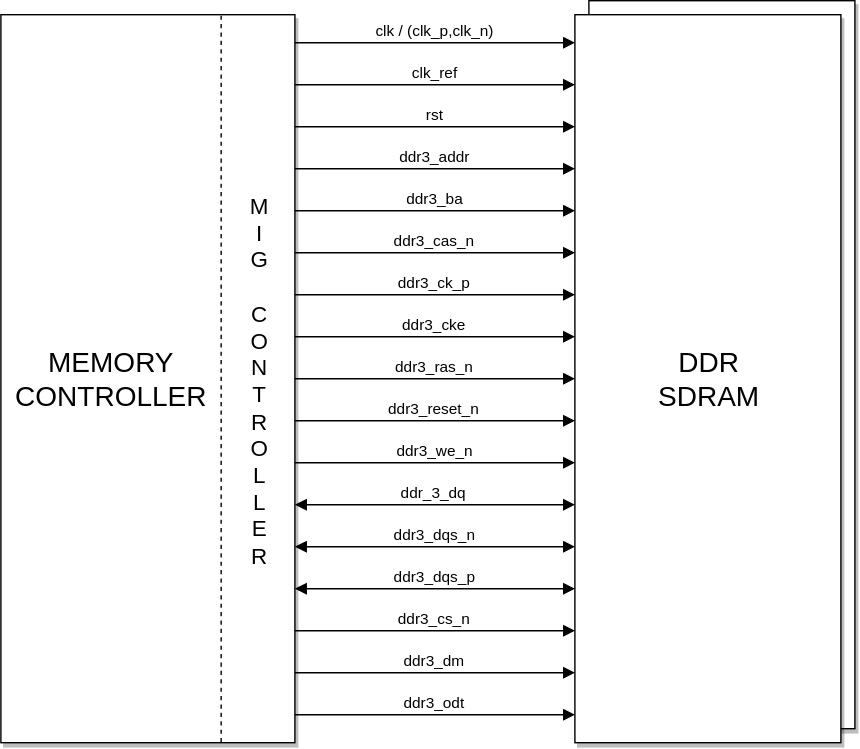
This is img/diagram-ram.svg from alonsorb/ddr-ram-controller-mig, a draw.io export, as it was before one commit. Source tidied: cells renumbered, new cells last; positions are measured from the earlier drawing's top-left corner, leaving out a move shared by most shapes.
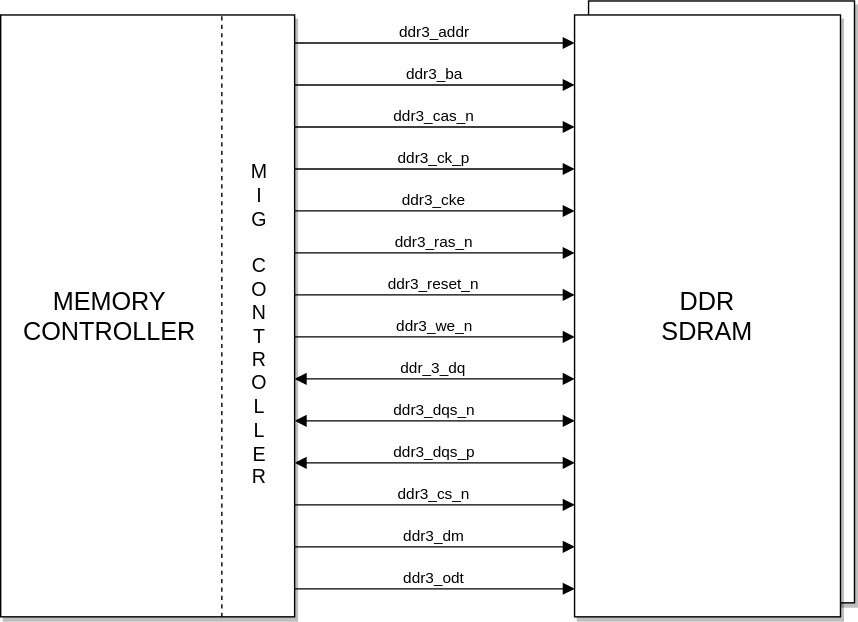
After the commit.

Commit message:
ram diagram

The edit, as a diff of the source:
```diff
@@ -3,124 +3,106 @@
     <mxCell id="0" />
     <mxCell id="1" parent="0" />
     <mxCell id="2" value="&lt;div style=&quot;text-align: left&quot;&gt;&lt;/div&gt;" style="rounded=0;whiteSpace=wrap;html=1;shadow=1;" parent="1" vertex="1">
-      <mxGeometry y="10" width="210" height="520" as="geometry" />
+      <mxGeometry y="10" width="210" height="430" as="geometry" />
     </mxCell>
     <mxCell id="3" style="rounded=0;whiteSpace=wrap;html=1;shadow=1;" parent="1" vertex="1">
-      <mxGeometry x="420" width="190" height="520" as="geometry" />
+      <mxGeometry x="420" width="190" height="430" as="geometry" />
     </mxCell>
-    <mxCell id="4" value="&lt;font style=&quot;font-size: 20px&quot;&gt;DDR&lt;br&gt;SDRAM&lt;/font&gt;&lt;br&gt;" style="rounded=0;whiteSpace=wrap;html=1;shadow=1;" parent="1" vertex="1">
-      <mxGeometry x="410" y="10" width="190" height="520" as="geometry" />
+    <mxCell id="4" value="&lt;font style=&quot;font-size: 18px&quot;&gt;DDR&lt;br&gt;SDRAM&lt;/font&gt;&lt;br&gt;" style="rounded=0;whiteSpace=wrap;html=1;shadow=1;" parent="1" vertex="1">
+      <mxGeometry x="410" y="10" width="190" height="430" as="geometry" />
     </mxCell>
     <mxCell id="5" value="ddr3_odt" style="edgeStyle=orthogonalEdgeStyle;rounded=0;html=1;entryX=0;entryY=0.5;startArrow=none;startFill=0;endArrow=block;endFill=1;jettySize=auto;orthogonalLoop=1;verticalAlign=bottom;" parent="1" edge="1">
       <mxGeometry relative="1" as="geometry">
-        <mxPoint x="210" y="510" as="sourcePoint" />
-        <mxPoint x="410.1" y="510" as="targetPoint" />
+        <mxPoint x="210" y="420" as="sourcePoint" />
+        <mxPoint x="410.1" y="420" as="targetPoint" />
       </mxGeometry>
     </mxCell>
     <mxCell id="6" value="ddr3_dm" style="edgeStyle=orthogonalEdgeStyle;rounded=0;html=1;entryX=0;entryY=0.5;startArrow=none;startFill=0;endArrow=block;endFill=1;jettySize=auto;orthogonalLoop=1;verticalAlign=bottom;" parent="1" edge="1">
       <mxGeometry relative="1" as="geometry">
-        <mxPoint x="210" y="480" as="sourcePoint" />
-        <mxPoint x="410.1" y="480" as="targetPoint" />
+        <mxPoint x="210" y="390" as="sourcePoint" />
+        <mxPoint x="410.1" y="390" as="targetPoint" />
       </mxGeometry>
     </mxCell>
     <mxCell id="7" value="ddr3_cs_n" style="edgeStyle=orthogonalEdgeStyle;rounded=0;html=1;entryX=0;entryY=0.5;startArrow=none;startFill=0;endArrow=block;endFill=1;jettySize=auto;orthogonalLoop=1;verticalAlign=bottom;" parent="1" edge="1">
       <mxGeometry relative="1" as="geometry">
-        <mxPoint x="210" y="450" as="sourcePoint" />
-        <mxPoint x="410.1" y="450" as="targetPoint" />
+        <mxPoint x="210" y="360" as="sourcePoint" />
+        <mxPoint x="410.1" y="360" as="targetPoint" />
       </mxGeometry>
     </mxCell>
     <mxCell id="8" value="ddr3_dqs_p" style="edgeStyle=orthogonalEdgeStyle;rounded=0;html=1;entryX=0;entryY=0.5;startArrow=block;startFill=1;endArrow=block;endFill=1;jettySize=auto;orthogonalLoop=1;verticalAlign=bottom;" parent="1" edge="1">
       <mxGeometry relative="1" as="geometry">
-        <mxPoint x="210" y="420" as="sourcePoint" />
-        <mxPoint x="410.1" y="420" as="targetPoint" />
+        <mxPoint x="210" y="330" as="sourcePoint" />
+        <mxPoint x="410.1" y="330" as="targetPoint" />
       </mxGeometry>
     </mxCell>
     <mxCell id="9" value="ddr3_dqs_n" style="edgeStyle=orthogonalEdgeStyle;rounded=0;html=1;entryX=0;entryY=0.5;startArrow=block;startFill=1;endArrow=block;endFill=1;jettySize=auto;orthogonalLoop=1;verticalAlign=bottom;" parent="1" edge="1">
       <mxGeometry relative="1" as="geometry">
-        <mxPoint x="210" y="390" as="sourcePoint" />
-        <mxPoint x="410.1" y="390" as="targetPoint" />
+        <mxPoint x="210" y="300" as="sourcePoint" />
+        <mxPoint x="410.1" y="300" as="targetPoint" />
       </mxGeometry>
     </mxCell>
     <mxCell id="10" value="ddr_3_dq" style="edgeStyle=orthogonalEdgeStyle;rounded=0;html=1;entryX=0;entryY=0.5;startArrow=block;startFill=1;endArrow=block;endFill=1;jettySize=auto;orthogonalLoop=1;verticalAlign=bottom;" parent="1" edge="1">
       <mxGeometry relative="1" as="geometry">
-        <mxPoint x="210" y="360" as="sourcePoint" />
-        <mxPoint x="410.1" y="360" as="targetPoint" />
+        <mxPoint x="210" y="270" as="sourcePoint" />
+        <mxPoint x="410.1" y="270" as="targetPoint" />
       </mxGeometry>
     </mxCell>
     <mxCell id="11" value="ddr3_we_n" style="edgeStyle=orthogonalEdgeStyle;rounded=0;html=1;entryX=0;entryY=0.5;startArrow=none;startFill=0;endArrow=block;endFill=1;jettySize=auto;orthogonalLoop=1;verticalAlign=bottom;" parent="1" edge="1">
       <mxGeometry relative="1" as="geometry">
-        <mxPoint x="210" y="330" as="sourcePoint" />
-        <mxPoint x="410.1" y="330" as="targetPoint" />
+        <mxPoint x="210" y="240" as="sourcePoint" />
+        <mxPoint x="410.1" y="240" as="targetPoint" />
       </mxGeometry>
     </mxCell>
     <mxCell id="12" value="ddr3_reset_n" style="edgeStyle=orthogonalEdgeStyle;rounded=0;html=1;entryX=0;entryY=0.5;startArrow=none;startFill=0;endArrow=block;endFill=1;jettySize=auto;orthogonalLoop=1;verticalAlign=bottom;" parent="1" edge="1">
       <mxGeometry relative="1" as="geometry">
-        <mxPoint x="210" y="300" as="sourcePoint" />
-        <mxPoint x="410.1" y="300" as="targetPoint" />
+        <mxPoint x="210" y="210" as="sourcePoint" />
+        <mxPoint x="410.1" y="210" as="targetPoint" />
       </mxGeometry>
     </mxCell>
     <mxCell id="13" value="ddr3_ras_n" style="edgeStyle=orthogonalEdgeStyle;rounded=0;html=1;entryX=0;entryY=0.5;startArrow=none;startFill=0;endArrow=block;endFill=1;jettySize=auto;orthogonalLoop=1;verticalAlign=bottom;" parent="1" edge="1">
       <mxGeometry relative="1" as="geometry">
-        <mxPoint x="210" y="270" as="sourcePoint" />
-        <mxPoint x="410.1" y="270" as="targetPoint" />
+        <mxPoint x="210" y="180" as="sourcePoint" />
+        <mxPoint x="410.1" y="180" as="targetPoint" />
       </mxGeometry>
     </mxCell>
     <mxCell id="14" value="ddr3_cke" style="edgeStyle=orthogonalEdgeStyle;rounded=0;html=1;entryX=0;entryY=0.5;startArrow=none;startFill=0;endArrow=block;endFill=1;jettySize=auto;orthogonalLoop=1;verticalAlign=bottom;" parent="1" edge="1">
       <mxGeometry relative="1" as="geometry">
-        <mxPoint x="210" y="240" as="sourcePoint" />
-        <mxPoint x="410.1" y="240" as="targetPoint" />
+        <mxPoint x="210" y="150" as="sourcePoint" />
+        <mxPoint x="410.1" y="150" as="targetPoint" />
       </mxGeometry>
     </mxCell>
     <mxCell id="15" value="ddr3_ck_p" style="edgeStyle=orthogonalEdgeStyle;rounded=0;html=1;entryX=0;entryY=0.5;startArrow=none;startFill=0;endArrow=block;endFill=1;jettySize=auto;orthogonalLoop=1;verticalAlign=bottom;" parent="1" edge="1">
       <mxGeometry relative="1" as="geometry">
-        <mxPoint x="210" y="210" as="sourcePoint" />
-        <mxPoint x="410.1" y="210" as="targetPoint" />
+        <mxPoint x="210" y="120" as="sourcePoint" />
+        <mxPoint x="410.1" y="120" as="targetPoint" />
       </mxGeometry>
     </mxCell>
     <mxCell id="16" value="ddr3_cas_n" style="edgeStyle=orthogonalEdgeStyle;rounded=0;html=1;entryX=0;entryY=0.5;startArrow=none;startFill=0;endArrow=block;endFill=1;jettySize=auto;orthogonalLoop=1;verticalAlign=bottom;" parent="1" edge="1">
       <mxGeometry relative="1" as="geometry">
-        <mxPoint x="210" y="180" as="sourcePoint" />
-        <mxPoint x="410.1" y="180" as="targetPoint" />
+        <mxPoint x="210" y="90" as="sourcePoint" />
+        <mxPoint x="410.1" y="90" as="targetPoint" />
       </mxGeometry>
     </mxCell>
     <mxCell id="17" value="ddr3_ba" style="edgeStyle=orthogonalEdgeStyle;rounded=0;html=1;entryX=0;entryY=0.5;startArrow=none;startFill=0;endArrow=block;endFill=1;jettySize=auto;orthogonalLoop=1;verticalAlign=bottom;" parent="1" edge="1">
       <mxGeometry relative="1" as="geometry">
-        <mxPoint x="210" y="150" as="sourcePoint" />
-        <mxPoint x="410.1" y="150" as="targetPoint" />
+        <mxPoint x="210" y="60" as="sourcePoint" />
+        <mxPoint x="410.1" y="60" as="targetPoint" />
       </mxGeometry>
     </mxCell>
     <mxCell id="18" value="ddr3_addr" style="edgeStyle=orthogonalEdgeStyle;rounded=0;html=1;entryX=0;entryY=0.5;startArrow=none;startFill=0;endArrow=block;endFill=1;jettySize=auto;orthogonalLoop=1;verticalAlign=bottom;" parent="1" edge="1">
       <mxGeometry relative="1" as="geometry">
-        <mxPoint x="210" y="120" as="sourcePoint" />
-        <mxPoint x="410.1" y="120" as="targetPoint" />
+        <mxPoint x="210" y="30" as="sourcePoint" />
+        <mxPoint x="410.1" y="30" as="targetPoint" />
       </mxGeometry>
     </mxCell>
-    <mxCell id="19" value="rst" style="edgeStyle=orthogonalEdgeStyle;rounded=0;html=1;entryX=0;entryY=0.5;startArrow=none;startFill=0;endArrow=block;endFill=1;jettySize=auto;orthogonalLoop=1;verticalAlign=bottom;" parent="1" edge="1">
-      <mxGeometry relative="1" as="geometry">
-        <mxPoint x="210" y="90" as="sourcePoint" />
-        <mxPoint x="410.1" y="90" as="targetPoint" />
-      </mxGeometry>
-    </mxCell>
-    <mxCell id="20" value="clk_ref" style="edgeStyle=orthogonalEdgeStyle;rounded=0;html=1;entryX=0;entryY=0.5;startArrow=none;startFill=0;endArrow=block;endFill=1;jettySize=auto;orthogonalLoop=1;verticalAlign=bottom;" parent="1" edge="1">
-      <mxGeometry relative="1" as="geometry">
-        <mxPoint x="210" y="60" as="sourcePoint" />
-        <mxPoint x="410.1" y="60" as="targetPoint" />
-      </mxGeometry>
-    </mxCell>
-    <mxCell id="21" value="clk / (clk_p,clk_n)" style="edgeStyle=orthogonalEdgeStyle;rounded=0;html=1;entryX=0;entryY=0.5;startArrow=none;startFill=0;endArrow=block;endFill=1;jettySize=auto;orthogonalLoop=1;verticalAlign=bottom;" parent="1" edge="1">
-      <mxGeometry relative="1" as="geometry">
-        <mxPoint x="210" y="30" as="sourcePoint" />
-        <mxPoint x="410.1" y="30" as="targetPoint" />
-      </mxGeometry>
-    </mxCell>
-    <mxCell id="22" value="&lt;font style=&quot;font-size: 20px&quot;&gt;MEMORY&lt;br&gt;CONTROLLER&lt;/font&gt;&lt;br&gt;" style="text;html=1;strokeColor=none;fillColor=none;align=center;verticalAlign=middle;whiteSpace=wrap;rounded=0;shadow=0;" parent="1" vertex="1">
-      <mxGeometry x="8" y="242.5" width="140" height="55" as="geometry" />
+    <mxCell id="22" value="&lt;font style=&quot;font-size: 18px&quot;&gt;MEMORY&lt;br&gt;CONTROLLER&lt;/font&gt;&lt;br&gt;" style="text;html=1;strokeColor=none;fillColor=none;align=center;verticalAlign=middle;whiteSpace=wrap;rounded=0;shadow=0;" parent="1" vertex="1">
+      <mxGeometry x="8" y="197.5" width="140" height="55" as="geometry" />
     </mxCell>
     <mxCell id="23" style="endArrow=none;dashed=1;html=1;entryX=0.75;entryY=0;exitX=0.75;exitY=1;" parent="1" edge="1" source="2" target="2">
       <mxGeometry relative="1" as="geometry" />
     </mxCell>
-    <mxCell id="24" value="&lt;p style=&quot;line-height: 120% ; font-size: 16px&quot;&gt;M&lt;br&gt;I&lt;br&gt;G&lt;br&gt;&lt;br&gt;C&lt;br&gt;O&lt;br&gt;N&lt;br&gt;T&lt;br&gt;R&lt;br&gt;O&lt;br&gt;L&lt;br&gt;L&lt;br&gt;E&lt;br&gt;R&lt;br&gt;&lt;/p&gt;" style="text;html=1;strokeColor=none;fillColor=none;align=center;verticalAlign=middle;whiteSpace=wrap;rounded=0;shadow=0;" parent="1" vertex="1">
-      <mxGeometry x="170" y="140" width="30" height="260" as="geometry" />
+    <mxCell id="24" value="&lt;p style=&quot;line-height: 120% ; font-size: 14px&quot;&gt;M&lt;br&gt;I&lt;br&gt;G&lt;br&gt;&lt;br&gt;C&lt;br&gt;O&lt;br&gt;N&lt;br&gt;T&lt;br&gt;R&lt;br&gt;O&lt;br&gt;L&lt;br&gt;L&lt;br&gt;E&lt;br&gt;R&lt;br&gt;&lt;/p&gt;" style="text;html=1;strokeColor=none;fillColor=none;align=center;verticalAlign=middle;whiteSpace=wrap;rounded=0;shadow=0;" parent="1" vertex="1">
+      <mxGeometry x="170" y="95" width="30" height="260" as="geometry" />
     </mxCell>
   </root>
 </mxGraphModel>
```
